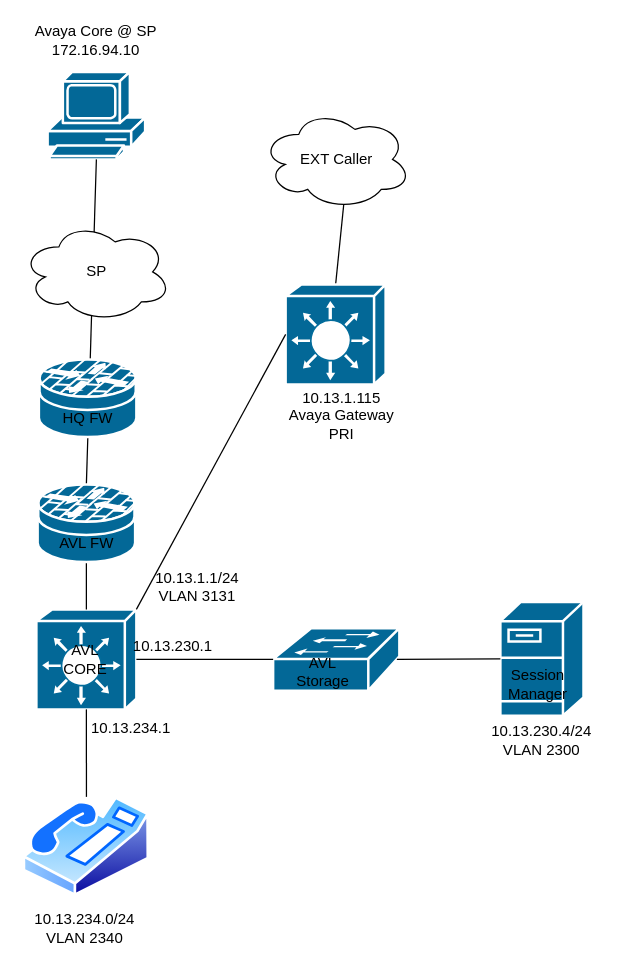
This is AVL_Phone_Infra.drawio from adamrt918/Diagram, a draw.io file, before an edit. Source tidied: cells renumbered, new cells numbered last; positions are measured from the earlier drawing's top-left corner, leaving out a move shared by most shapes. Both pictures are drawn from the tidied source at 125%, with x=0, y=0 at pixel (21, 21).
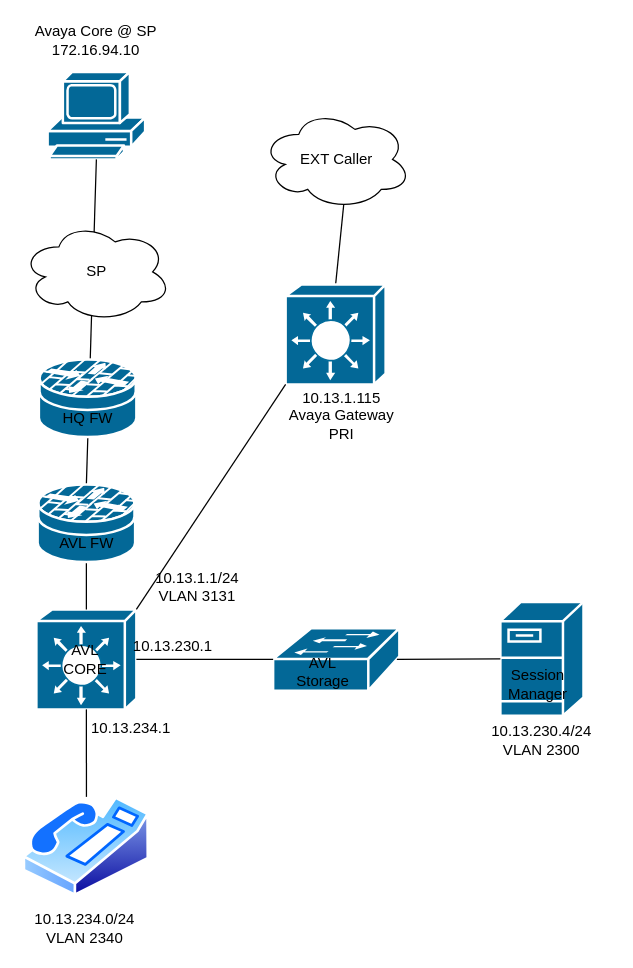
Above is the later version.

Unchanged cells that the change refers to:
```xml
<mxCell id="5" style="shape=mxgraph.cisco.switches.layer_3_switch;sketch=0;html=1;dashed=0;fillColor=#036897;strokeColor=#ffffff;strokeWidth=2;verticalLabelPosition=bottom;verticalAlign=top;align=center;outlineConnect=0;" parent="1" vertex="1">
  <mxGeometry x="11.6" y="470" width="80" height="80" as="geometry" />
</mxCell>
<mxCell id="19" style="shape=mxgraph.cisco.switches.layer_3_switch;sketch=0;html=1;dashed=0;fillColor=#036897;strokeColor=#ffffff;strokeWidth=2;verticalLabelPosition=bottom;verticalAlign=top;align=center;outlineConnect=0;" parent="1" vertex="1">
  <mxGeometry x="211" y="210" width="80" height="80" as="geometry" />
</mxCell>
```

The edit, as a diff of the source:
```diff
@@
-    <mxCell id="21" style="endArrow=none;html=1;rounded=0;entryX=0;entryY=0.5;entryDx=0;entryDy=0;entryPerimeter=0;exitX=1;exitY=0;exitDx=0;exitDy=0;exitPerimeter=0;" parent="1" edge="1" source="5" target="19">
+    <mxCell id="21" style="endArrow=none;html=1;rounded=0;entryX=0;entryY=1;entryDx=0;entryDy=0;entryPerimeter=0;exitX=1;exitY=0;exitDx=0;exitDy=0;exitPerimeter=0;" parent="1" edge="1" source="5" target="19">
       <mxGeometry relative="1" as="geometry" />
     </mxCell>
```
